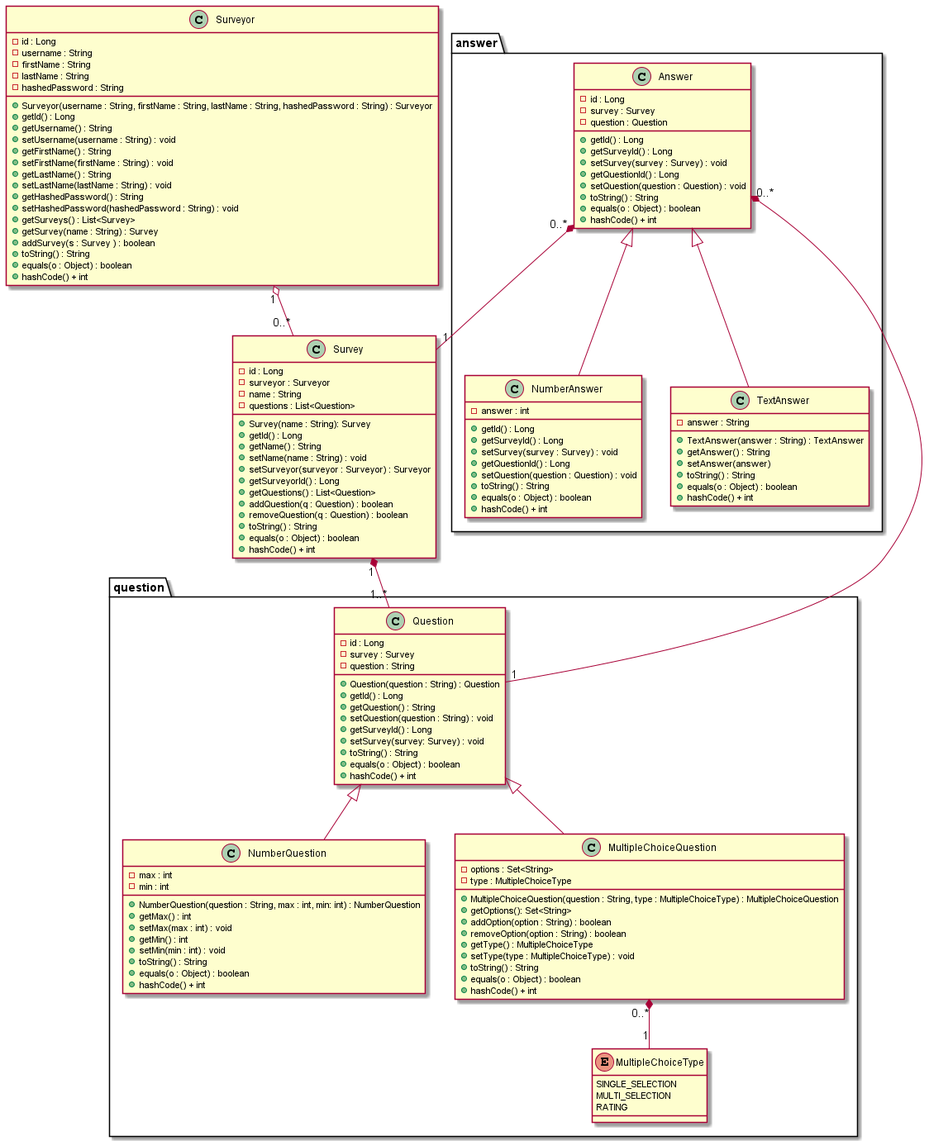
Daniel-W-Innes/SYSC4806-Project-Backend keeps this PlantUML diagram as docs/Models.png. Above is the earlier version.
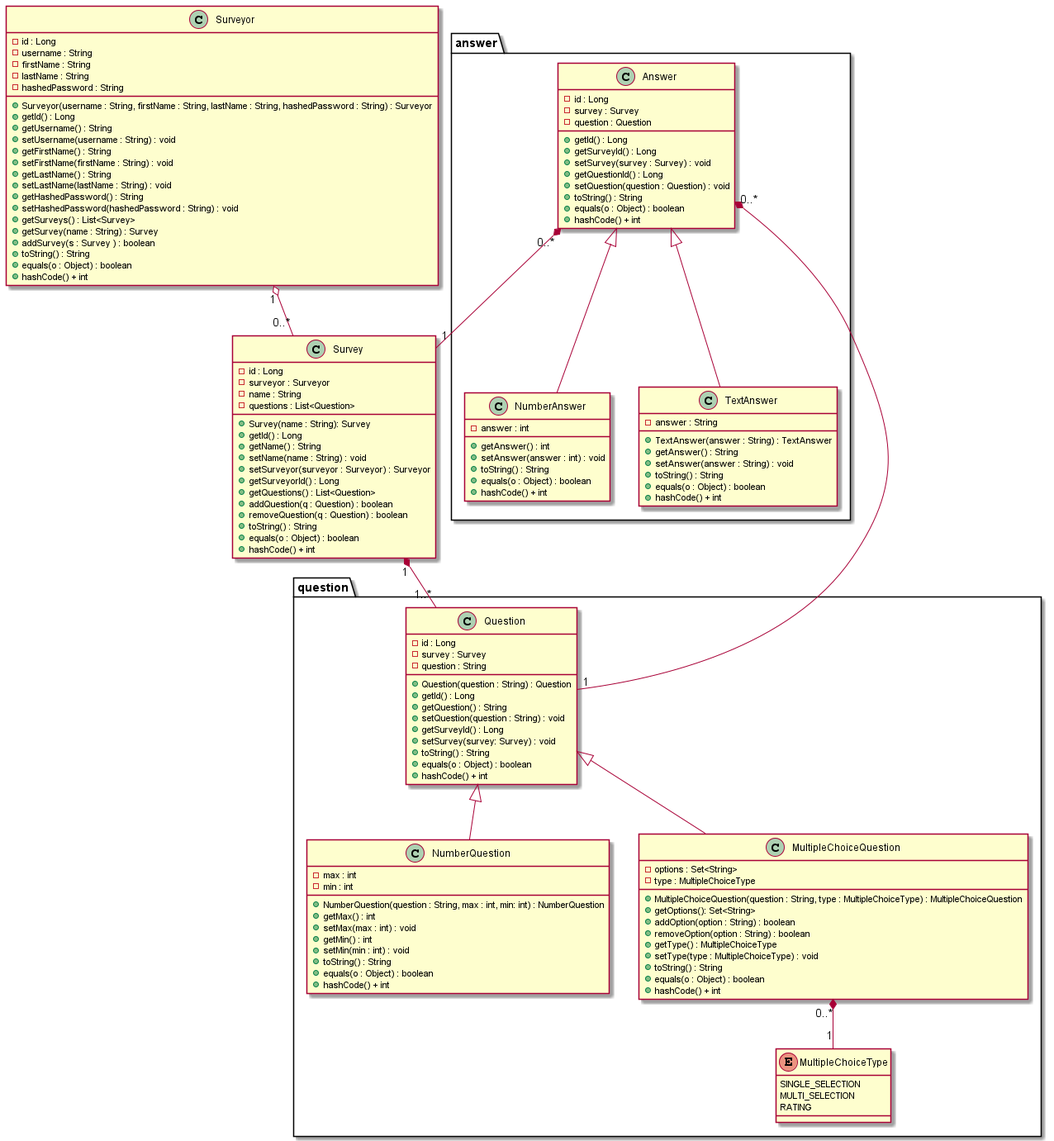
Later version of the same file.

Diff of the diagram source:
```diff
@@ -105,11 +105,8 @@
     }
     class NumberAnswer extends Answer{
         - answer : int
-        + getId() : Long
-        + getSurveyId() : Long
-        + setSurvey(survey : Survey) : void
-        + getQuestionId() : Long
-        + setQuestion(question : Question) : void
+        + getAnswer() : int
+        + setAnswer(answer : int) : void
         + toString() : String
         + equals(o : Object) : boolean
         + hashCode() + int
@@ -118,7 +115,7 @@
         - answer : String
         + TextAnswer(answer : String) : TextAnswer
         + getAnswer() : String
-        + setAnswer(answer)
+        + setAnswer(answer : String) : void
         + toString() : String
         + equals(o : Object) : boolean
         + hashCode() + int
```
